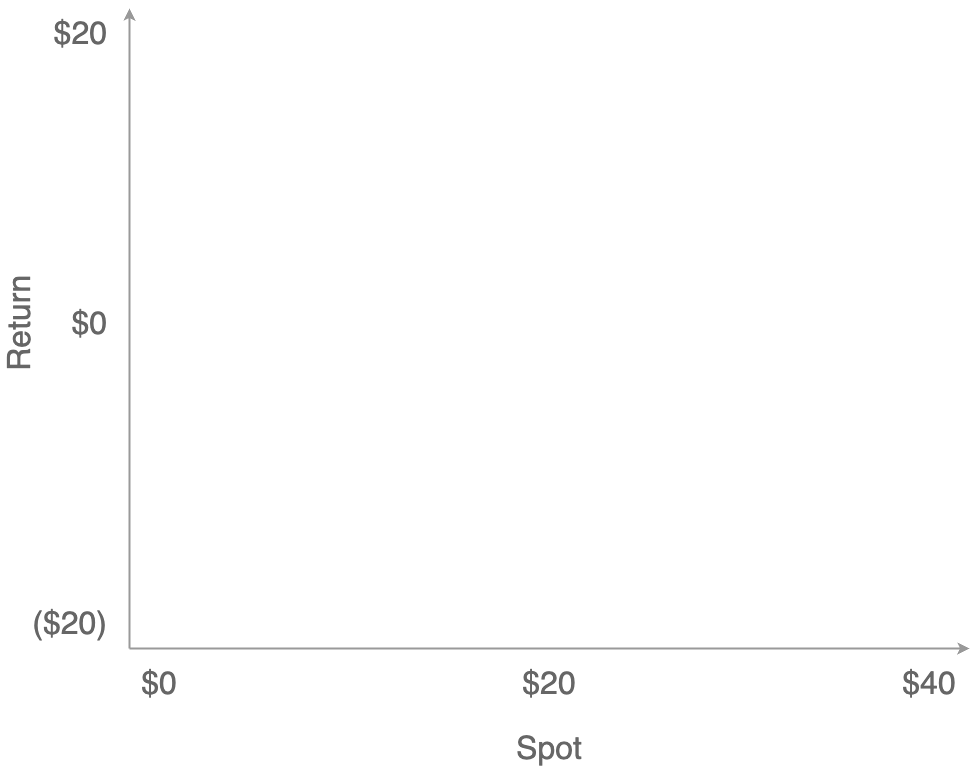
Before: content/articles/Options Explained/in_money.png, a diagram exported from draw.io (innovation-options/innovation-options). Source tidied: cells renumbered, new cells last; positions are measured from the earlier drawing's top-left corner, leaving out a move shared by most shapes.
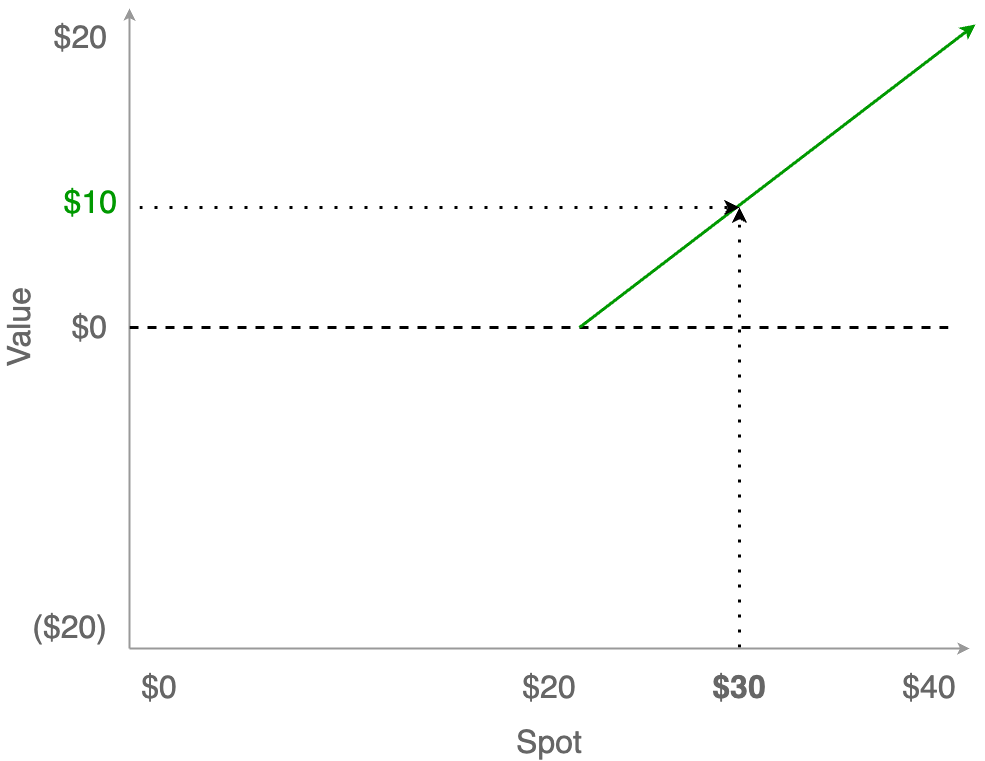
Later version of the same file.

Diff of the diagram source:
```diff
@@ -4,18 +4,18 @@
     <mxCell id="1" parent="0" />
     <mxCell id="2" style="endArrow=classic;html=1;rounded=0;strokeWidth=2;strokeColor=#999999;fontColor=#666666;" parent="1" edge="1">
       <mxGeometry relative="1" as="geometry">
-        <mxPoint x="140" y="640" as="sourcePoint" />
-        <mxPoint x="140" as="targetPoint" />
+        <mxPoint x="140" y="636" as="sourcePoint" />
+        <mxPoint x="140" y="-4" as="targetPoint" />
       </mxGeometry>
     </mxCell>
     <mxCell id="3" style="endArrow=classic;html=1;rounded=0;strokeWidth=2;strokeColor=#999999;fontColor=#666666;" parent="1" edge="1">
       <mxGeometry relative="1" as="geometry">
-        <mxPoint x="140" y="640" as="sourcePoint" />
-        <mxPoint x="980" y="640" as="targetPoint" />
+        <mxPoint x="140" y="636" as="sourcePoint" />
+        <mxPoint x="980" y="636" as="targetPoint" />
       </mxGeometry>
     </mxCell>
-    <mxCell id="4" value="&lt;font style=&quot;font-size: 32px;&quot;&gt;Return&lt;/font&gt;" style="text;strokeColor=none;align=center;fillColor=none;html=1;verticalAlign=middle;whiteSpace=wrap;rounded=0;rotation=-90;fontColor=#666666;" parent="1" vertex="1">
-      <mxGeometry y="300" width="60" height="30" as="geometry" />
+    <mxCell id="4" value="&lt;font style=&quot;font-size: 32px;&quot;&gt;Value&lt;/font&gt;" style="text;strokeColor=none;align=center;fillColor=none;html=1;verticalAlign=middle;whiteSpace=wrap;rounded=0;rotation=-90;fontColor=#666666;" parent="1" vertex="1">
+      <mxGeometry x="-80" y="300" width="220" height="30" as="geometry" />
     </mxCell>
     <mxCell id="5" value="&lt;font style=&quot;font-size: 32px;&quot;&gt;($20)&lt;/font&gt;" style="text;strokeColor=none;align=right;fillColor=none;html=1;verticalAlign=middle;whiteSpace=wrap;rounded=0;rotation=0;fontColor=#666666;" parent="1" vertex="1">
       <mxGeometry x="60" y="600" width="60" height="30" as="geometry" />
@@ -36,7 +36,37 @@
       <mxGeometry x="530" y="660" width="60" height="30" as="geometry" />
     </mxCell>
     <mxCell id="11" value="&lt;font style=&quot;font-size: 32px;&quot;&gt;Spot&lt;/font&gt;" style="text;strokeColor=none;align=center;fillColor=none;html=1;verticalAlign=middle;whiteSpace=wrap;rounded=0;rotation=0;fontColor=#666666;" parent="1" vertex="1">
-      <mxGeometry x="530" y="725" width="60" height="30" as="geometry" />
+      <mxGeometry x="480" y="715" width="160" height="30" as="geometry" />
     </mxCell>
+    <mxCell id="12" style="endArrow=none;html=1;rounded=0;dashed=1;endFill=0;strokeWidth=3;" parent="1" edge="1">
+      <mxGeometry relative="1" as="geometry">
+        <mxPoint x="140" y="315" as="sourcePoint" />
+        <mxPoint x="960" y="315" as="targetPoint" />
+      </mxGeometry>
+    </mxCell>
+    <mxCell id="13" style="endArrow=classic;html=1;rounded=0;endFill=1;strokeWidth=3;strokeColor=#009900;" parent="1" edge="1">
+      <mxGeometry relative="1" as="geometry">
+        <mxPoint x="590" y="315" as="sourcePoint" />
+        <mxPoint x="986" y="12" as="targetPoint" />
+      </mxGeometry>
+    </mxCell>
+    <mxCell id="14" value="&lt;font color=&quot;#009900&quot; style=&quot;font-size: 32px;&quot;&gt;$10&lt;/font&gt;" style="text;strokeColor=none;align=right;fillColor=none;html=1;verticalAlign=middle;whiteSpace=wrap;rounded=0;rotation=0;fontColor=#666666;" parent="1" vertex="1">
+      <mxGeometry x="70" y="175" width="60" height="30" as="geometry" />
+    </mxCell>
+    <mxCell id="15" value="&lt;span style=&quot;font-size: 32px;&quot;&gt;&lt;b&gt;$30&lt;/b&gt;&lt;/span&gt;" style="text;strokeColor=none;align=center;fillColor=none;html=1;verticalAlign=middle;whiteSpace=wrap;rounded=0;rotation=0;fontColor=#666666;" parent="1" vertex="1">
+      <mxGeometry x="720" y="660" width="60" height="30" as="geometry" />
+    </mxCell>
+    <mxCell id="16" style="endArrow=classic;html=1;rounded=0;dashed=1;dashPattern=1 4;endFill=1;strokeWidth=3;" parent="1" edge="1">
+      <mxGeometry relative="1" as="geometry">
+        <mxPoint x="150" y="195" as="sourcePoint" />
+        <mxPoint x="750" y="195" as="targetPoint" />
+      </mxGeometry>
+    </mxCell>
+    <mxCell id="17" style="endArrow=classic;html=1;rounded=0;dashed=1;dashPattern=1 4;endFill=1;strokeWidth=3;" parent="1" edge="1">
+      <mxGeometry relative="1" as="geometry">
+        <mxPoint x="750" y="635" as="sourcePoint" />
+        <mxPoint x="750" y="195" as="targetPoint" />
+      </mxGeometry>
+    </mxCell>
   </root>
 </mxGraphModel>
```
